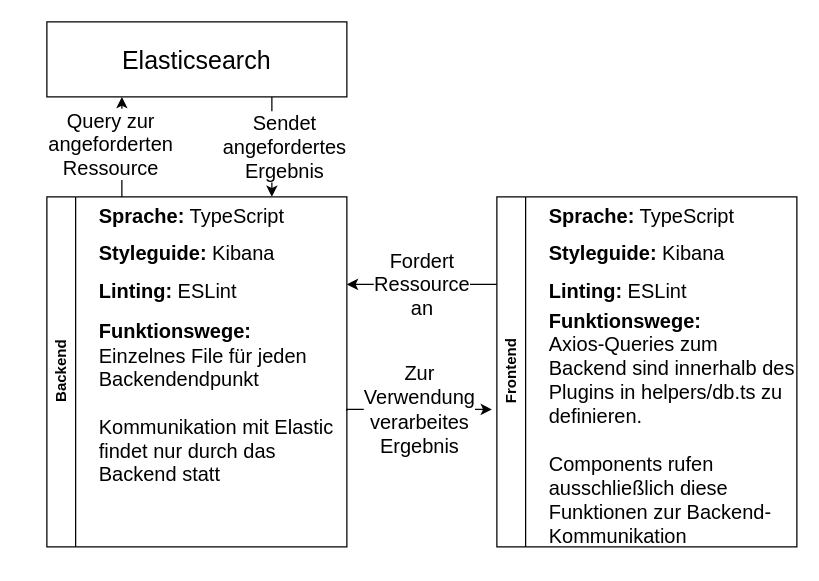
Earlier version of the draw.io diagram project_design.drawio (schattenbrot/draw-io). Source tidied: cells renumbered, new cells numbered last; positions are measured from the earlier drawing's top-left corner, leaving out a move shared by most shapes. Both pictures are drawn from the tidied source at 125%, with x=0, y=0 at pixel (46, 21).
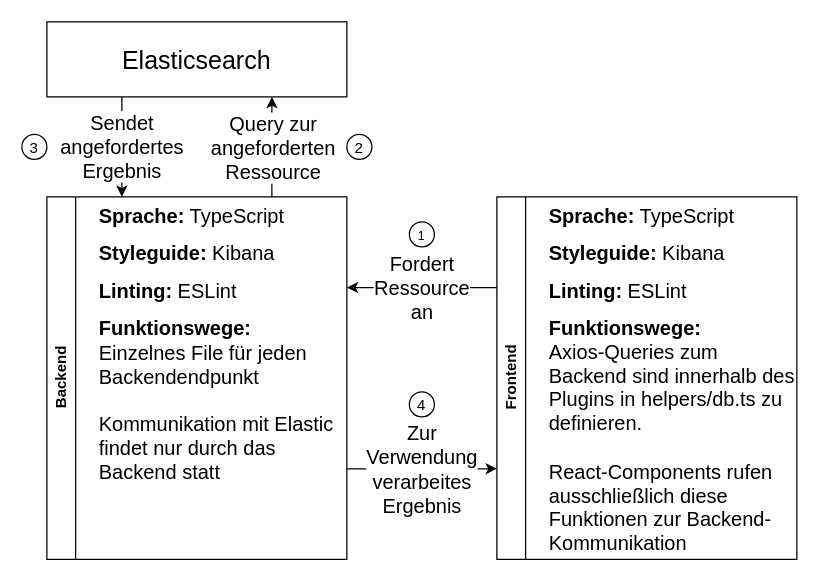
Above is the later version.

The change refers to these unchanged cells:
```xml
<mxCell id="13" value="&lt;font style=&quot;font-size: 20px;&quot;&gt;Elasticsearch&lt;/font&gt;" style="rounded=0;whiteSpace=wrap;html=1;" parent="1" vertex="1">
  <mxGeometry width="240" height="60" as="geometry" />
</mxCell>
```

Change to the diagram source:
```diff
@@
+    <mxCell id="17" value="&lt;font style=&quot;font-size: 16px;&quot;&gt;Zur&lt;br&gt;Verwendung&lt;br&gt;verarbeites&lt;br&gt;Ergebnis&lt;/font&gt;" style="edgeStyle=orthogonalEdgeStyle;rounded=0;jettySize=auto;html=1;exitX=1;exitY=0.75;exitDx=0;exitDy=0;entryX=0;entryY=0.75;entryDx=0;entryDy=0;" parent="1" edge="1" source="2" target="8">
+      <mxGeometry relative="1" as="geometry" />
+    </mxCell>
     <mxCell id="2" value="&lt;div&gt;Backend&lt;/div&gt;" style="swimlane;horizontal=0;whiteSpace=wrap;html=1;" parent="1" vertex="1">
-      <mxGeometry y="140" width="240" height="280" as="geometry" />
+      <mxGeometry y="140" width="240" height="290" as="geometry" />
     </mxCell>
@@
+    <mxCell id="6" value="&lt;div style=&quot;font-size: 16px;&quot; align=&quot;left&quot;&gt;&lt;b&gt;Sprache:&lt;/b&gt; TypeScript&lt;/div&gt;" style="text;html=1;strokeColor=none;fillColor=none;align=left;verticalAlign=middle;whiteSpace=wrap;rounded=0;" parent="2" vertex="1">
+      <mxGeometry x="40" width="160" height="30" as="geometry" />
+    </mxCell>
     <mxCell id="5" value="&lt;font style=&quot;font-size: 16px;&quot;&gt;&lt;b&gt;Funktionswege:&lt;/b&gt;&lt;br&gt;Einzelnes File für jeden Backendendpunkt&lt;br&gt;&lt;/font&gt;&lt;div style=&quot;font-size: 16px;&quot;&gt;&lt;font style=&quot;font-size: 16px;&quot;&gt;&lt;br&gt;&lt;/font&gt;&lt;/div&gt;&lt;div style=&quot;font-size: 16px;&quot;&gt;&lt;font style=&quot;font-size: 16px;&quot;&gt;Kommunikation mit Elastic findet nur durch das Backend statt&lt;font style=&quot;font-size: 16px;&quot;&gt;&lt;br&gt;&lt;/font&gt;&lt;/font&gt;&lt;/div&gt;" style="text;html=1;strokeColor=none;fillColor=none;align=left;verticalAlign=middle;whiteSpace=wrap;rounded=0;" parent="2" vertex="1">
-      <mxGeometry x="40" y="80" width="200" height="170" as="geometry" />
+      <mxGeometry x="40" y="93" width="200" height="140" as="geometry" />
     </mxCell>
-    <mxCell id="6" value="&lt;div style=&quot;font-size: 16px;&quot; align=&quot;left&quot;&gt;&lt;b&gt;Sprache:&lt;/b&gt; TypeScript&lt;/div&gt;" style="text;html=1;strokeColor=none;fillColor=none;align=left;verticalAlign=middle;whiteSpace=wrap;rounded=0;" parent="2" vertex="1">
-      <mxGeometry x="40" width="160" height="30" as="geometry" />
-    </mxCell>
@@
     <mxCell id="8" value="Frontend" style="swimlane;horizontal=0;whiteSpace=wrap;html=1;" parent="1" vertex="1">
-      <mxGeometry x="360" y="140" width="240" height="280" as="geometry" />
+      <mxGeometry x="360" y="140" width="240" height="290" as="geometry" />
     </mxCell>
-    <mxCell id="9" value="&lt;font style=&quot;font-size: 16px;&quot;&gt;&lt;b&gt;Funktionswege:&lt;/b&gt;&lt;br&gt;Axios-Queries zum Backend sind innerhalb des Plugins in helpers/db.ts zu definieren.&lt;br&gt;&lt;br&gt;Components rufen ausschließlich diese Funktionen zur Backend-Kommunikation&lt;/font&gt;" style="text;html=1;strokeColor=none;fillColor=none;align=left;verticalAlign=middle;whiteSpace=wrap;rounded=0;" parent="8" vertex="1">
-      <mxGeometry x="40" y="90" width="200" height="190" as="geometry" />
+    <mxCell id="9" value="&lt;font style=&quot;font-size: 16px;&quot;&gt;&lt;b&gt;Funktionswege:&lt;/b&gt;&lt;br&gt;Axios-Queries zum Backend sind innerhalb des Plugins in helpers/db.ts zu definieren.&lt;br&gt;&lt;br&gt;React-Components rufen ausschließlich diese Funktionen zur Backend-Kommunikation&lt;/font&gt;" style="text;html=1;strokeColor=none;fillColor=none;align=left;verticalAlign=middle;whiteSpace=wrap;rounded=0;" parent="8" vertex="1">
+      <mxGeometry x="40" y="96" width="200" height="190" as="geometry" />
     </mxCell>
@@
-    <mxCell id="14" style="endArrow=classic;html=1;rounded=0;entryX=0.25;entryY=1;entryDx=0;entryDy=0;exitX=0.25;exitY=0;exitDx=0;exitDy=0;" parent="1" edge="1" source="2" target="13">
-      <mxGeometry relative="1" as="geometry" />
+    <mxCell id="14" style="endArrow=classic;html=1;rounded=0;entryX=0.25;entryY=1;entryDx=0;entryDy=0;exitX=0.25;exitY=0;exitDx=0;exitDy=0;" parent="1" edge="1">
+      <mxGeometry relative="1" as="geometry">
+        <mxPoint x="180" y="140" as="sourcePoint" />
+        <mxPoint x="180" y="60" as="targetPoint" />
+      </mxGeometry>
     </mxCell>
     <mxCell id="15" value="&lt;font style=&quot;font-size: 16px;&quot;&gt;Query zur&lt;br&gt;angeforderten&lt;br&gt;Ressource&lt;/font&gt;" style="edgeLabel;html=1;align=center;verticalAlign=middle;" parent="14" vertex="1">
       <mxGeometry x="-0.3" relative="1" as="geometry">
-        <mxPoint x="-10" y="-15" as="offset" />
+        <mxPoint y="-12" as="offset" />
       </mxGeometry>
     </mxCell>
-    <mxCell id="16" value="&lt;font style=&quot;font-size: 16px;&quot;&gt;Sendet&lt;br&gt;angefordertes&lt;br&gt;Ergebnis&lt;/font&gt;" style="endArrow=classic;html=1;rounded=0;exitX=0.75;exitY=1;exitDx=0;exitDy=0;entryX=0.75;entryY=0;entryDx=0;entryDy=0;" parent="1" edge="1" source="13" target="2">
-      <mxGeometry y="10" relative="1" as="geometry" />
+    <mxCell id="16" value="&lt;font style=&quot;font-size: 16px;&quot;&gt;Sendet&lt;br&gt;angefordertes&lt;br&gt;Ergebnis&lt;/font&gt;" style="endArrow=classic;html=1;rounded=0;exitX=0.75;exitY=1;exitDx=0;exitDy=0;entryX=0.75;entryY=0;entryDx=0;entryDy=0;" parent="1" edge="1">
+      <mxGeometry relative="1" as="geometry">
+        <mxPoint x="60" y="60" as="sourcePoint" />
+        <mxPoint x="60" y="140" as="targetPoint" />
+      </mxGeometry>
     </mxCell>
-    <mxCell id="17" value="&lt;font style=&quot;font-size: 16px;&quot;&gt;Zur&lt;br&gt;Verwendung&lt;br&gt;verarbeites&lt;br&gt;Ergebnis&lt;/font&gt;" style="edgeStyle=orthogonalEdgeStyle;rounded=0;orthogonalLoop=1;jettySize=auto;html=1;exitX=1;exitY=0.5;exitDx=0;exitDy=0;entryX=-0.02;entryY=0.691;entryDx=0;entryDy=0;entryPerimeter=0;" parent="1" edge="1">
-      <mxGeometry relative="1" as="geometry">
-        <mxPoint x="240" y="311.1" as="sourcePoint" />
-        <mxPoint x="356" y="310" as="targetPoint" />
-        <Array as="points">
-          <mxPoint x="240" y="310" />
-        </Array>
-      </mxGeometry>
-    </mxCell>
+    <mxCell id="18" value="&lt;font style=&quot;font-size: 10px;&quot;&gt;1&lt;/font&gt;" style="ellipse;whiteSpace=wrap;html=1;verticalAlign=bottom;spacing=2;" parent="1" vertex="1">
+      <mxGeometry x="290" y="160" width="20" height="20" as="geometry" />
+    </mxCell>
+    <mxCell id="19" value="2" style="ellipse;whiteSpace=wrap;html=1;verticalAlign=bottom;spacing=2;" parent="1" vertex="1">
+      <mxGeometry x="240" y="90" width="20" height="20" as="geometry" />
+    </mxCell>
+    <mxCell id="20" value="3" style="ellipse;whiteSpace=wrap;html=1;verticalAlign=bottom;spacing=2;" parent="1" vertex="1">
+      <mxGeometry x="-20" y="90" width="20" height="20" as="geometry" />
+    </mxCell>
+    <mxCell id="21" value="4" style="ellipse;whiteSpace=wrap;html=1;verticalAlign=bottom;align=center;labelPosition=center;verticalLabelPosition=middle;spacing=2;" parent="1" vertex="1">
+      <mxGeometry x="290" y="296" width="20" height="20" as="geometry" />
+    </mxCell>
```
